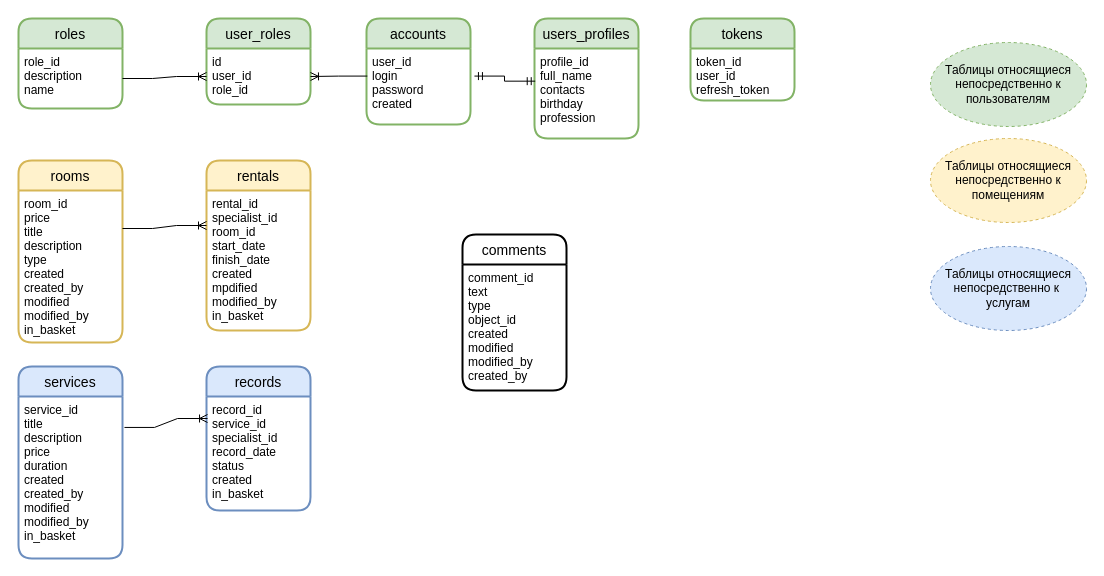
Before: db_schema.drawio in LeksinaAnna/self-employed-services, a draw.io diagram. Source tidied: cells renumbered, new cells numbered last; positions are measured from the earlier drawing's top-left corner, leaving out a move shared by most shapes. Both pictures are drawn from the tidied source at 100%, with x=0, y=0 at pixel (18, 18).
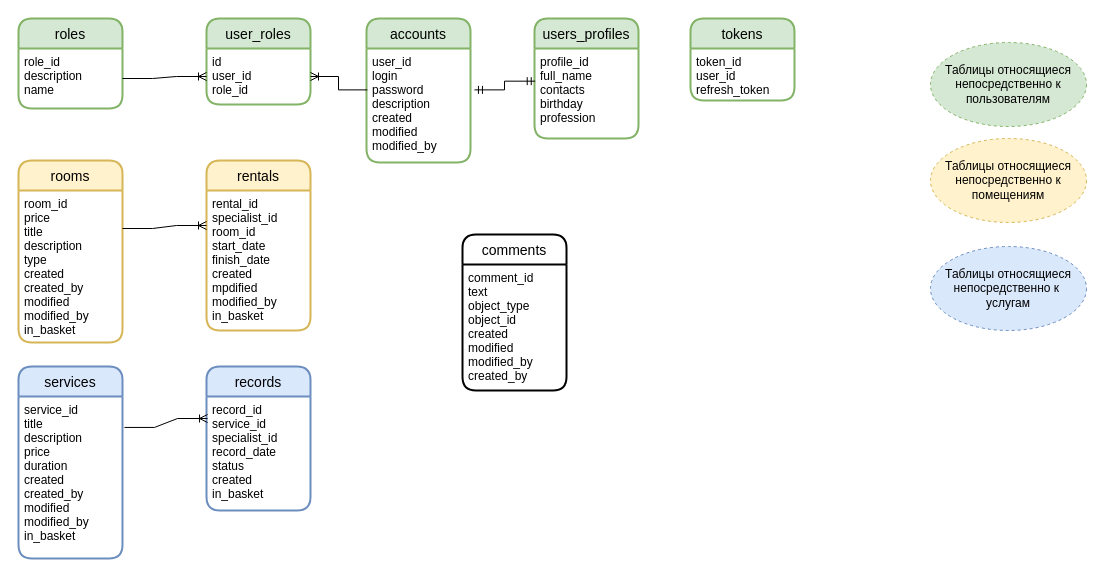
After the change.

Commit message (it also covers changes not shown here):
Расширена сущность аккаунта, добавлось новое поле description

The change refers to these unchanged cells:
```xml
<mxCell id="27" value="comments" style="swimlane;horizontal=1;startSize=30;rounded=1;fontSize=14;fontStyle=0;strokeWidth=2;shadow=0;dashed=0;align=center;" parent="1" vertex="1">
  <mxGeometry x="444" y="216" width="104" height="156" as="geometry" />
</mxCell>
```

The edit, as a diff of the source:
```diff
@@
     <mxCell id="2" value="accounts" style="swimlane;horizontal=1;startSize=30;rounded=1;fontSize=14;fontStyle=0;strokeWidth=2;shadow=0;dashed=0;align=center;fillColor=#d5e8d4;strokeColor=#82b366;" parent="1" vertex="1">
-      <mxGeometry x="348" width="104" height="106" as="geometry" />
+      <mxGeometry x="348" width="104" height="144" as="geometry" />
     </mxCell>
-    <mxCell id="3" value="user_id&#10;login&#10;password&#10;created" style="align=left;strokeColor=none;fillColor=none;spacingLeft=4;fontSize=12;verticalAlign=top;" parent="2" vertex="1">
-      <mxGeometry y="30" width="104" height="76" as="geometry" />
+    <mxCell id="3" value="user_id&#10;login&#10;password&#10;description&#10;created&#10;modified&#10;modified_by" style="align=left;strokeColor=none;fillColor=none;spacingLeft=4;fontSize=12;verticalAlign=top;" parent="2" vertex="1">
+      <mxGeometry y="30" width="104" height="114" as="geometry" />
     </mxCell>
@@
-    <mxCell id="28" value="comment_id&#10;text&#10;type&#10;object_id&#10;created&#10;modified&#10;modified_by&#10;created_by" style="align=left;strokeColor=none;fillColor=none;spacingLeft=4;fontSize=12;verticalAlign=top;" parent="27" vertex="1">
+    <mxCell id="28" value="comment_id&#10;text&#10;object_type&#10;object_id&#10;created&#10;modified&#10;modified_by&#10;created_by" style="align=left;strokeColor=none;fillColor=none;spacingLeft=4;fontSize=12;verticalAlign=top;" parent="27" vertex="1">
       <mxGeometry y="30" width="104" height="126" as="geometry" />
     </mxCell>
```
